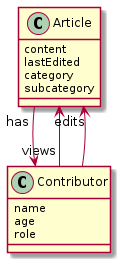
Above: documentation/DomainModel.png in HU-SD-SV2PRFED-studenten-2021/prfed_2021-v2b-2 (PlantUML), before the change.
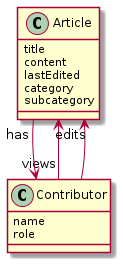
Later version of the same file.

What changed in the source:
```diff
@@ -1,5 +1,6 @@
 @startuml
 class Article {
+  title
   content
   lastEdited
   category
@@ -7,7 +8,6 @@
 }
 class Contributor {
   name
-  age
   role
 }
 
```
